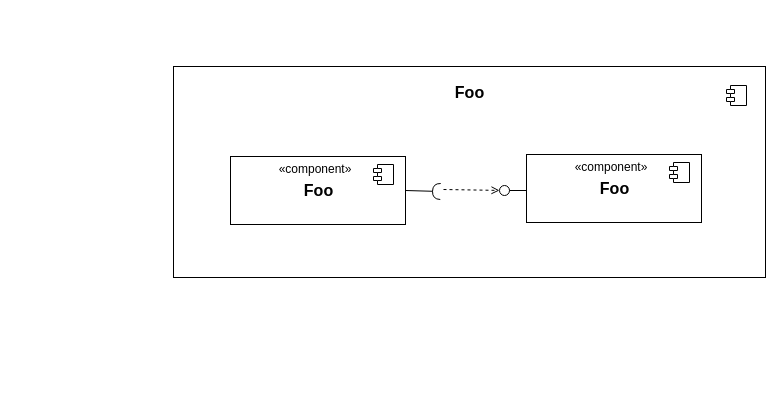
This is docs/component-diagram-overview.drawio from experimental-software/drawing-uml, a draw.io file, before an edit. Source tidied: cells renumbered, new cells numbered last; positions are measured from the earlier drawing's top-left corner, leaving out a move shared by most shapes. Both pictures are drawn from the tidied source at 100%, with x=0, y=0 at pixel (173, 66).
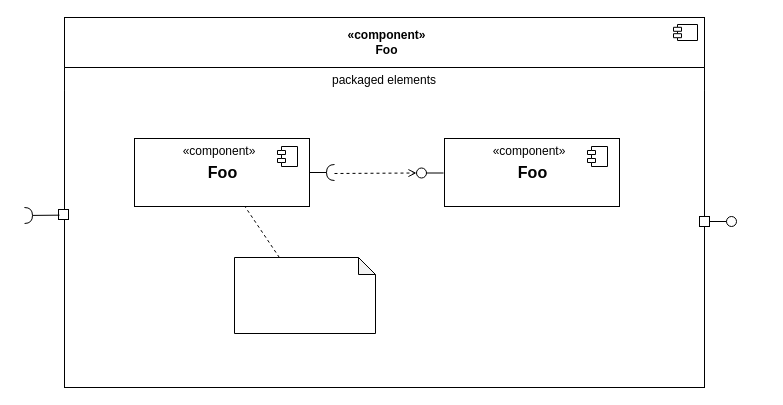
The same diagram, later.

Commit message (it also covers changes not shown here):
Update example for component diagram

Diff of the diagram source:
```diff
@@
-    <mxCell id="2" value="Foo" style="html=1;fontSize=16;fillColor=default;verticalAlign=top;spacingTop=10;strokeColor=default;fontStyle=1;" parent="1" vertex="1">
-      <mxGeometry width="592" height="211" as="geometry" />
-    </mxCell>
-    <mxCell id="3" style="shape=component;jettyWidth=8;jettyHeight=4;fontSize=12;fillColor=default;strokeColor=default;" parent="2" vertex="1">
-      <mxGeometry x="553" y="19" width="20" height="20" as="geometry">
-        <mxPoint x="-24" y="4" as="offset" />
-      </mxGeometry>
-    </mxCell>
-    <mxCell id="4" value="Foo" style="html=1;fontSize=16;fillColor=default;verticalAlign=middle;spacingTop=0;strokeColor=default;fontStyle=1;" parent="2" vertex="1">
-      <mxGeometry x="57" y="90" width="175" height="68" as="geometry" />
-    </mxCell>
-    <mxCell id="5" style="shape=component;jettyWidth=8;jettyHeight=4;fontSize=12;fillColor=default;strokeColor=default;" parent="4" vertex="1">
-      <mxGeometry x="143" y="8" width="20" height="20" as="geometry">
-        <mxPoint x="-24" y="4" as="offset" />
-      </mxGeometry>
-    </mxCell>
-    <mxCell id="6" value="«component»" style="text;html=1;strokeColor=none;fillColor=none;align=center;verticalAlign=middle;whiteSpace=wrap;rounded=0;fontSize=12;" parent="4" vertex="1">
-      <mxGeometry x="55" y="-2" width="60" height="30" as="geometry" />
-    </mxCell>
-    <mxCell id="7" value="Foo" style="html=1;fontSize=16;fillColor=default;verticalAlign=middle;spacingTop=0;strokeColor=default;fontStyle=1;" parent="2" vertex="1">
-      <mxGeometry x="353" y="88" width="175" height="68" as="geometry" />
-    </mxCell>
-    <mxCell id="8" style="shape=component;jettyWidth=8;jettyHeight=4;fontSize=12;fillColor=default;strokeColor=default;" parent="7" vertex="1">
-      <mxGeometry x="143" y="8" width="20" height="20" as="geometry">
-        <mxPoint x="-24" y="4" as="offset" />
-      </mxGeometry>
-    </mxCell>
-    <mxCell id="9" value="«component»" style="text;html=1;strokeColor=none;fillColor=none;align=center;verticalAlign=middle;whiteSpace=wrap;rounded=0;fontSize=12;" parent="7" vertex="1">
-      <mxGeometry x="55" y="-2" width="60" height="30" as="geometry" />
-    </mxCell>
-    <mxCell id="10" style="rounded=0;jettySize=auto;html=1;endArrow=halfCircle;endFill=0;endSize=6;strokeWidth=1;sketch=0;fontSize=12;orthogonal=0;exitX=1;exitY=0.5;exitDx=0;exitDy=0;" parent="2" edge="1" source="4">
-      <mxGeometry relative="1" as="geometry">
-        <mxPoint x="267" y="125" as="targetPoint" />
-      </mxGeometry>
-    </mxCell>
-    <mxCell id="11" style="group;rotation=-90;" parent="2" vertex="1">
-      <mxGeometry x="334" y="110" width="10" height="27" as="geometry" />
-    </mxCell>
+    <mxCell id="15" style="fontStyle=1;align=right;verticalAlign=top;horizontal=1;" parent="1" vertex="1">
+      <mxGeometry x="-109" y="-49" width="640" height="370" as="geometry" />
+    </mxCell>
+    <mxCell id="16" value="«component»&lt;br&gt;Foo" style="html=1;align=center;spacingLeft=4;verticalAlign=middle;strokeColor=none;fillColor=none;fontStyle=1;" parent="15" vertex="1">
+      <mxGeometry width="640" height="50" as="geometry" />
+    </mxCell>
+    <mxCell id="17" style="shape=component;jettyWidth=8;jettyHeight=4;fontSize=12;fillColor=default;strokeColor=default;" parent="16" vertex="1">
+      <mxGeometry x="1" width="24" height="16" relative="1" as="geometry">
+        <mxPoint x="-31" y="7" as="offset" />
+      </mxGeometry>
+    </mxCell>
+    <mxCell id="18" value="packaged elements" style="swimlane;swimlaneBody=1;swimlaneHead=1;horizontal=1;swimlaneLine=0;fontStyle=0;" parent="15" vertex="1">
+      <mxGeometry y="50" width="640" height="320" as="geometry" />
+    </mxCell>
+    <mxCell id="19" style="rounded=0;whiteSpace=wrap;html=1;points=[];fillColor=default;rotation=0;fontSize=12;" parent="18" vertex="1">
+      <mxGeometry x="-6" y="142" width="10" height="10" as="geometry" />
+    </mxCell>
+    <mxCell id="20" style="rounded=0;whiteSpace=wrap;html=1;fillColor=default;rotation=0;fontSize=12;" parent="18" vertex="1">
+      <mxGeometry x="635" y="149" width="10" height="10" as="geometry" />
+    </mxCell>
+    <mxCell id="21" value="Foo" style="html=1;fontSize=16;fillColor=default;verticalAlign=middle;spacingTop=0;strokeColor=default;fontStyle=1;" parent="18" vertex="1">
+      <mxGeometry x="70" y="71" width="175" height="68" as="geometry" />
+    </mxCell>
+    <mxCell id="22" style="shape=component;jettyWidth=8;jettyHeight=4;fontSize=12;fillColor=default;strokeColor=default;" parent="21" vertex="1">
+      <mxGeometry x="143" y="8" width="20" height="20" as="geometry">
+        <mxPoint x="-24" y="4" as="offset" />
+      </mxGeometry>
+    </mxCell>
+    <mxCell id="23" value="«component»" style="text;html=1;strokeColor=none;fillColor=none;align=center;verticalAlign=middle;whiteSpace=wrap;rounded=0;fontSize=12;" parent="21" vertex="1">
+      <mxGeometry x="55" y="-2" width="60" height="30" as="geometry" />
+    </mxCell>
+    <mxCell id="24" value="Foo" style="html=1;fontSize=16;fillColor=default;verticalAlign=middle;spacingTop=0;strokeColor=default;fontStyle=1;" parent="18" vertex="1">
+      <mxGeometry x="380" y="71" width="175" height="68" as="geometry" />
+    </mxCell>
+    <mxCell id="25" style="shape=component;jettyWidth=8;jettyHeight=4;fontSize=12;fillColor=default;strokeColor=default;" parent="24" vertex="1">
+      <mxGeometry x="143" y="8" width="20" height="20" as="geometry">
+        <mxPoint x="-24" y="4" as="offset" />
+      </mxGeometry>
+    </mxCell>
+    <mxCell id="26" value="«component»" style="text;html=1;strokeColor=none;fillColor=none;align=center;verticalAlign=middle;whiteSpace=wrap;rounded=0;fontSize=12;" parent="24" vertex="1">
+      <mxGeometry x="55" y="-2" width="60" height="30" as="geometry" />
+    </mxCell>
+    <mxCell id="27" style="shape=note;whiteSpace=wrap;html=1;backgroundOutline=1;darkOpacity=0.05;size=17;" parent="18" vertex="1">
+      <mxGeometry x="170" y="190" width="141" height="76" as="geometry" />
+    </mxCell>
+    <mxCell id="28" style="endArrow=none;dashed=1;html=1;rounded=0;" parent="18" edge="1" source="27" target="21">
+      <mxGeometry relative="1" as="geometry" />
+    </mxCell>
+    <mxCell id="29" style="endArrow=open;html=1;rounded=0;dashed=1;endFill=0;fontSize=12;" parent="18" edge="1" target="12">
+      <mxGeometry relative="1" as="geometry">
+        <mxPoint x="270" y="106" as="sourcePoint" />
+      </mxGeometry>
+    </mxCell>
+    <mxCell id="30" style="group;rotation=-90;" parent="18" vertex="1">
+      <mxGeometry x="360" y="91.5" width="10" height="27" as="geometry" />
+    </mxCell>
-    <mxCell id="12" style="ellipse;whiteSpace=wrap;html=1;align=center;points=[];outlineConnect=0;sketch=0;fillColor=default;rotation=-90;strokeColor=default;fontSize=12;" parent="11" vertex="1">
+    <mxCell id="12" style="ellipse;whiteSpace=wrap;html=1;align=center;points=[];outlineConnect=0;sketch=0;fillColor=default;rotation=-90;strokeColor=default;fontSize=12;" parent="30" vertex="1">
       <mxGeometry x="-8" y="9" width="10" height="10" as="geometry" />
     </mxCell>
-    <mxCell id="13" style="endArrow=none;html=1;rounded=0;fontSize=11;" parent="11" edge="1" target="12">
-      <mxGeometry relative="1" as="geometry">
-        <mxPoint x="19" y="14" as="sourcePoint" />
-      </mxGeometry>
-    </mxCell>
-    <mxCell id="14" style="endArrow=open;html=1;rounded=0;dashed=1;endFill=0;fontSize=12;" parent="2" edge="1" target="12">
-      <mxGeometry relative="1" as="geometry">
-        <mxPoint x="270" y="123" as="sourcePoint" />
-      </mxGeometry>
-    </mxCell>
+    <mxCell id="31" style="endArrow=none;html=1;rounded=0;fontSize=11;" parent="30" edge="1" target="12">
+      <mxGeometry relative="1" as="geometry">
+        <mxPoint x="19" y="14" as="sourcePoint" />
+      </mxGeometry>
+    </mxCell>
+    <mxCell id="32" style="rounded=0;jettySize=auto;html=1;endArrow=halfCircle;endFill=0;endSize=6;strokeWidth=1;sketch=0;fontSize=12;" parent="15" edge="1" source="21">
+      <mxGeometry relative="1" as="geometry">
+        <mxPoint x="270" y="155" as="targetPoint" />
+      </mxGeometry>
+    </mxCell>
+    <mxCell id="33" style="group;rotation=90;" parent="1" vertex="1">
+      <mxGeometry x="544" y="141" width="10" height="27" as="geometry" />
+    </mxCell>
+    <mxCell id="34" style="ellipse;whiteSpace=wrap;html=1;align=center;points=[];outlineConnect=0;sketch=0;fillColor=default;rotation=90;strokeColor=default;fontSize=12;" parent="33" vertex="1">
+      <mxGeometry x="9" y="9" width="10" height="10" as="geometry" />
+    </mxCell>
+    <mxCell id="35" style="endArrow=none;html=1;rounded=0;fontSize=11;" parent="33" edge="1" target="34">
+      <mxGeometry relative="1" as="geometry">
+        <mxPoint x="-8" y="14" as="sourcePoint" />
+      </mxGeometry>
+    </mxCell>
+    <mxCell id="36" style="rounded=0;jettySize=auto;html=1;endArrow=halfCircle;endFill=0;endSize=6;strokeWidth=1;sketch=0;fontSize=12;exitX=0.1;exitY=0.567;exitDx=0;exitDy=0;exitPerimeter=0;" parent="1" edge="1" source="19">
+      <mxGeometry relative="1" as="geometry">
+        <mxPoint x="-149" y="149" as="targetPoint" />
+      </mxGeometry>
+    </mxCell>
```
